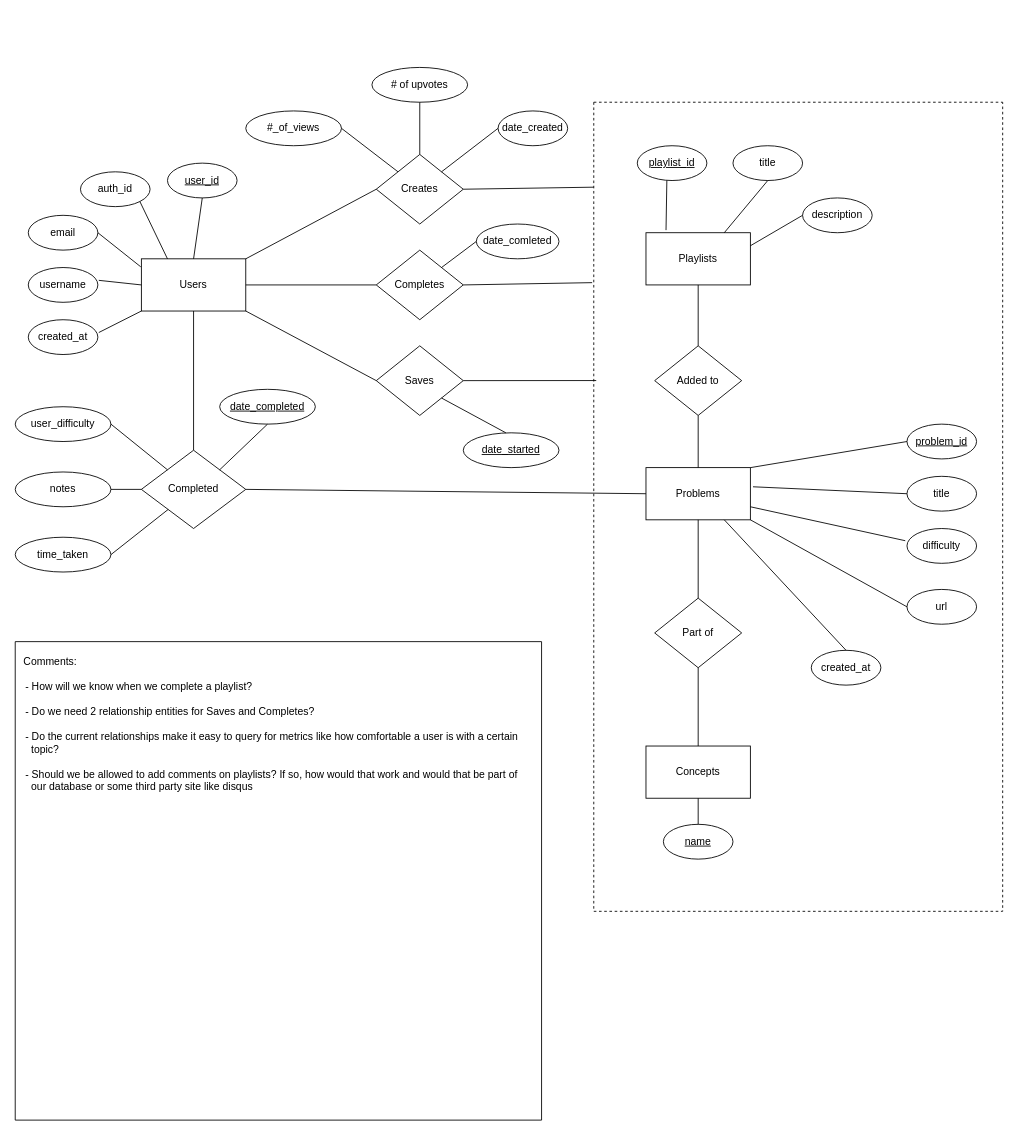
AlexLuo602/Leet-Tracker keeps this draw.io diagram as docs/Leet Tracker.drawio. Above is the earlier version. Source tidied: cells renumbered, new cells numbered last; positions are measured from the earlier drawing's top-left corner, leaving out a move shared by most shapes. Both pictures are drawn from the tidied source at 87%, with x=0, y=0 at pixel (15, 67).
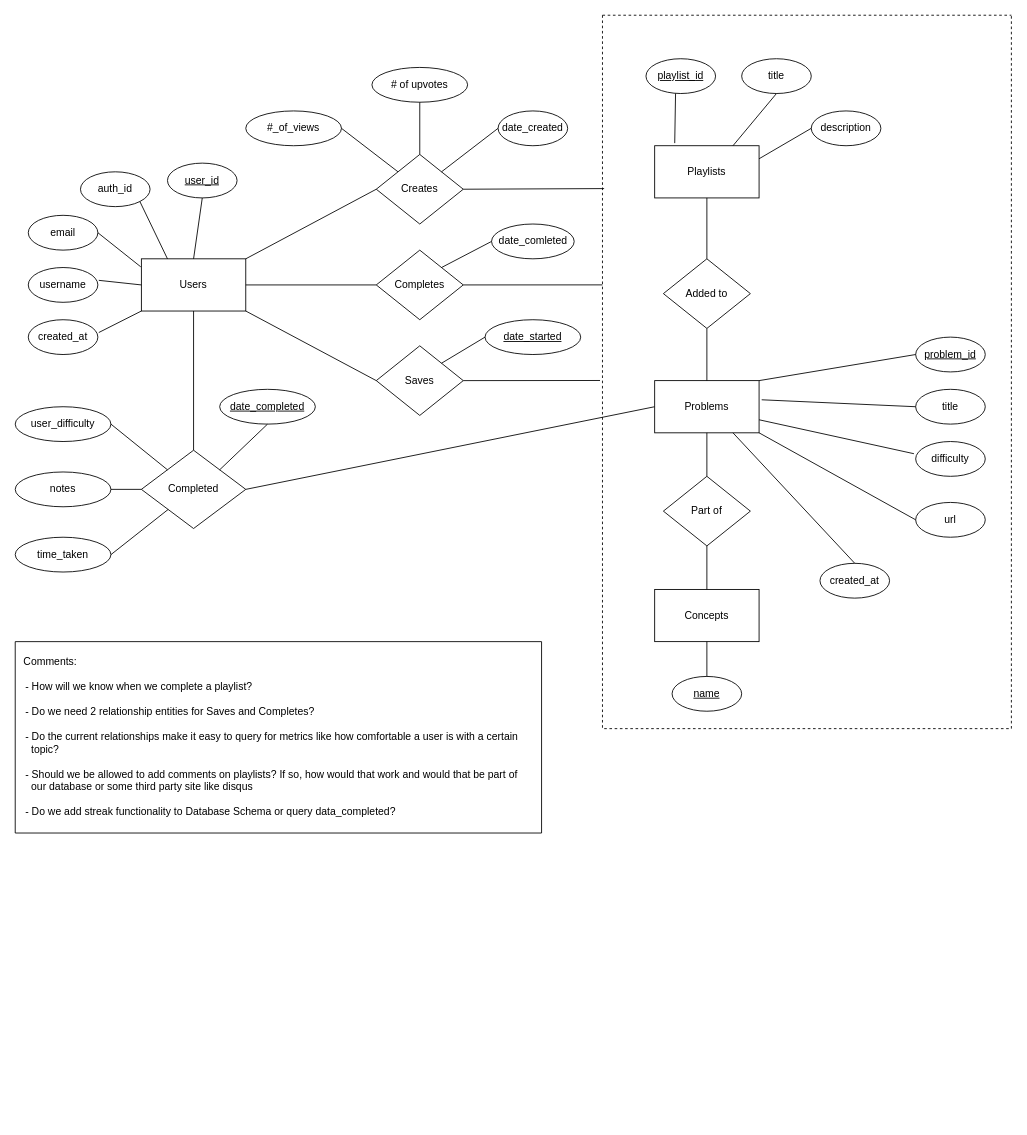
Above is the later version.

Commit message (it also covers changes not shown here):
Fixed formatting and exported ER diagram to png

Unchanged cells that the change refers to:
```xml
<mxCell id="21" value="Saves" style="rhombus;whiteSpace=wrap;html=1;" parent="1" vertex="1">
  <mxGeometry x="415" y="320" width="100" height="80" as="geometry" />
</mxCell>
<mxCell id="55" value="Completes" style="rhombus;whiteSpace=wrap;html=1;" parent="1" vertex="1">
  <mxGeometry x="415" y="210" width="100" height="80" as="geometry" />
</mxCell>
<mxCell id="58" value="Creates" style="rhombus;whiteSpace=wrap;html=1;" parent="1" vertex="1">
  <mxGeometry x="415" y="100" width="100" height="80" as="geometry" />
</mxCell>
```

The edit, as a diff of the source:
```diff
@@
-    <mxCell id="23" style="endArrow=none;html=1;rounded=0;exitX=1;exitY=0.5;exitDx=0;exitDy=0;entryX=0.006;entryY=0.344;entryDx=0;entryDy=0;entryPerimeter=0;" parent="1" edge="1" source="21" target="25">
+    <mxCell id="23" style="endArrow=none;html=1;rounded=0;exitX=1;exitY=0.5;exitDx=0;exitDy=0;entryX=-0.006;entryY=0.512;entryDx=0;entryDy=0;entryPerimeter=0;" parent="1" edge="1" source="21" target="25">
       <mxGeometry relative="1" as="geometry" />
     </mxCell>
@@
     <mxCell id="25" style="swimlane;startSize=0;dashed=1;" parent="1" vertex="1">
-      <mxGeometry x="665" y="40" width="470" height="930" as="geometry" />
+      <mxGeometry x="675" y="-60" width="470" height="820" as="geometry" />
     </mxCell>
@@
     <mxCell id="34" value="Concepts" style="rounded=0;whiteSpace=wrap;html=1;" parent="25" vertex="1">
-      <mxGeometry x="60" y="740" width="120" height="60" as="geometry" />
+      <mxGeometry x="60" y="660" width="120" height="60" as="geometry" />
     </mxCell>
     <mxCell id="35" value="&lt;u&gt;name&lt;/u&gt;" style="ellipse;whiteSpace=wrap;html=1;" parent="25" vertex="1">
-      <mxGeometry x="80" y="830" width="80" height="40" as="geometry" />
+      <mxGeometry x="80" y="760" width="80" height="40" as="geometry" />
     </mxCell>
@@
     <mxCell id="50" value="Part of" style="rhombus;whiteSpace=wrap;html=1;" parent="25" vertex="1">
-      <mxGeometry x="70" y="570" width="100" height="80" as="geometry" />
+      <mxGeometry x="70" y="530" width="100" height="80" as="geometry" />
     </mxCell>
@@
-    <mxCell id="57" style="endArrow=none;html=1;rounded=0;exitX=1;exitY=0.5;exitDx=0;exitDy=0;entryX=-0.004;entryY=0.223;entryDx=0;entryDy=0;entryPerimeter=0;" parent="1" edge="1" source="55" target="25">
+    <mxCell id="57" style="endArrow=none;html=1;rounded=0;exitX=1;exitY=0.5;exitDx=0;exitDy=0;entryX=0;entryY=0.378;entryDx=0;entryDy=0;entryPerimeter=0;" parent="1" edge="1" source="55" target="25">
       <mxGeometry relative="1" as="geometry" />
     </mxCell>
@@
-    <mxCell id="60" style="endArrow=none;html=1;rounded=0;exitX=1;exitY=0.5;exitDx=0;exitDy=0;entryX=0;entryY=0.105;entryDx=0;entryDy=0;entryPerimeter=0;" parent="1" edge="1" source="58" target="25">
+    <mxCell id="60" style="endArrow=none;html=1;rounded=0;exitX=1;exitY=0.5;exitDx=0;exitDy=0;entryX=0.004;entryY=0.243;entryDx=0;entryDy=0;entryPerimeter=0;" parent="1" edge="1" source="58" target="25">
       <mxGeometry relative="1" as="geometry" />
     </mxCell>
     <mxCell id="61" value="&lt;u&gt;date_started&lt;/u&gt;" style="ellipse;whiteSpace=wrap;html=1;" parent="1" vertex="1">
-      <mxGeometry x="515" y="420" width="110" height="40" as="geometry" />
+      <mxGeometry x="540" y="290" width="110" height="40" as="geometry" />
     </mxCell>
-    <mxCell id="62" style="endArrow=none;html=1;rounded=0;exitX=1;exitY=1;exitDx=0;exitDy=0;entryX=0.445;entryY=0;entryDx=0;entryDy=0;entryPerimeter=0;" parent="1" edge="1" source="21" target="61">
+    <mxCell id="62" style="endArrow=none;html=1;rounded=0;exitX=1;exitY=0;exitDx=0;exitDy=0;entryX=0;entryY=0.5;entryDx=0;entryDy=0;" parent="1" edge="1" source="21" target="61">
       <mxGeometry relative="1" as="geometry" />
     </mxCell>
@@
     <mxCell id="69" value="date_comleted" style="ellipse;whiteSpace=wrap;html=1;" parent="1" vertex="1">
-      <mxGeometry x="530" y="180" width="95" height="40" as="geometry" />
+      <mxGeometry x="547.5" y="180" width="95" height="40" as="geometry" />
     </mxCell>
@@
     <mxCell id="71" style="swimlane;startSize=0;" parent="1" vertex="1">
-      <mxGeometry y="660" width="605" height="550" as="geometry" />
+      <mxGeometry y="660" width="605" height="220" as="geometry" />
     </mxCell>
-    <mxCell id="72" value="- How will we know when we complete a playlist?&lt;div&gt;&lt;br&gt;&lt;/div&gt;&lt;div&gt;- Do we need 2 relationship e&lt;span style=&quot;background-color: transparent; color: light-dark(rgb(0, 0, 0), rgb(255, 255, 255));&quot;&gt;ntities for Saves and&lt;/span&gt;&lt;span style=&quot;background-color: transparent; color: light-dark(rgb(0, 0, 0), rgb(255, 255, 255));&quot;&gt;&amp;nbsp;Completes?&lt;/span&gt;&lt;/div&gt;&lt;div&gt;&lt;br&gt;&lt;/div&gt;&lt;div&gt;- Do the current relationships make it easy to query for metrics like how comfortable a user is with a certain&amp;nbsp;&lt;/div&gt;&lt;div&gt;&amp;nbsp; topic?&lt;/div&gt;&lt;div&gt;&lt;br&gt;&lt;/div&gt;&lt;div&gt;- Should we be allowed to add comments on playlists? If so, how would that work and would that be part of&amp;nbsp;&amp;nbsp;&lt;/div&gt;&lt;div&gt;&amp;nbsp; our database or some third party site like disqus&lt;/div&gt;" style="text;html=1;align=left;verticalAlign=top;whiteSpace=wrap;rounded=0;" parent="71" vertex="1">
-      <mxGeometry x="10" y="38" width="580" height="492" as="geometry" />
+    <mxCell id="72" value="- How will we know when we complete a playlist?&lt;div&gt;&lt;br&gt;&lt;/div&gt;&lt;div&gt;- Do we need 2 relationship e&lt;span style=&quot;background-color: transparent; color: light-dark(rgb(0, 0, 0), rgb(255, 255, 255));&quot;&gt;ntities for Saves and&lt;/span&gt;&lt;span style=&quot;background-color: transparent; color: light-dark(rgb(0, 0, 0), rgb(255, 255, 255));&quot;&gt;&amp;nbsp;Completes?&lt;/span&gt;&lt;/div&gt;&lt;div&gt;&lt;br&gt;&lt;/div&gt;&lt;div&gt;- Do the current relationships make it easy to query for metrics like how comfortable a user is with a certain&amp;nbsp;&lt;/div&gt;&lt;div&gt;&amp;nbsp; topic?&lt;/div&gt;&lt;div&gt;&lt;br&gt;&lt;/div&gt;&lt;div&gt;- Should we be allowed to add comments on playlists? If so, how would that work and would that be part of&amp;nbsp;&amp;nbsp;&lt;/div&gt;&lt;div&gt;&amp;nbsp; our database or some third party site like disqus&lt;/div&gt;&lt;div&gt;&lt;br&gt;&lt;/div&gt;&lt;div&gt;- Do we add streak functionality to Database Schema or query data_completed?&lt;/div&gt;" style="text;html=1;align=left;verticalAlign=top;whiteSpace=wrap;rounded=0;" parent="71" vertex="1">
+      <mxGeometry x="10" y="38" width="580" height="202" as="geometry" />
     </mxCell>
```
